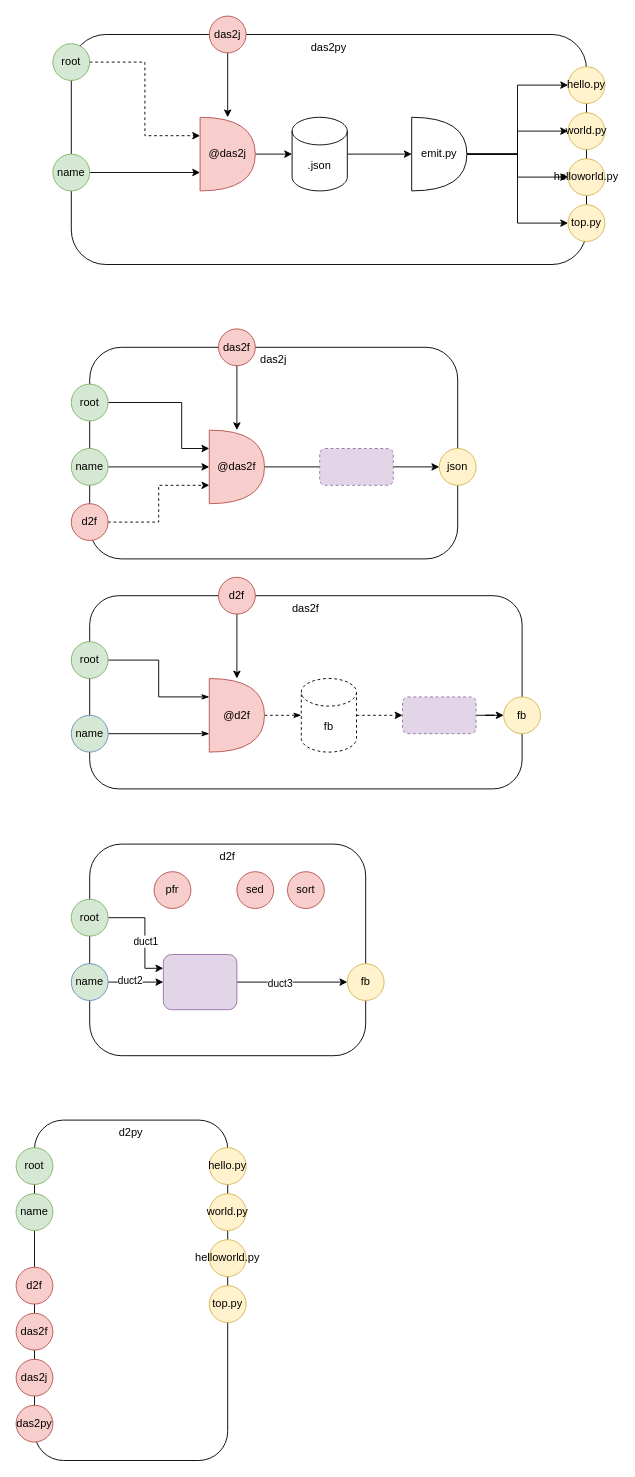
The draw.io diagram components.drawio in guitarvydas/d2py, before the edit. Source tidied: cells renumbered, new cells numbered last; positions are measured from the earlier drawing's top-left corner, leaving out a move shared by most shapes. Both pictures are drawn from the tidied source at 92%, with x=0, y=0 at pixel (16, 16).
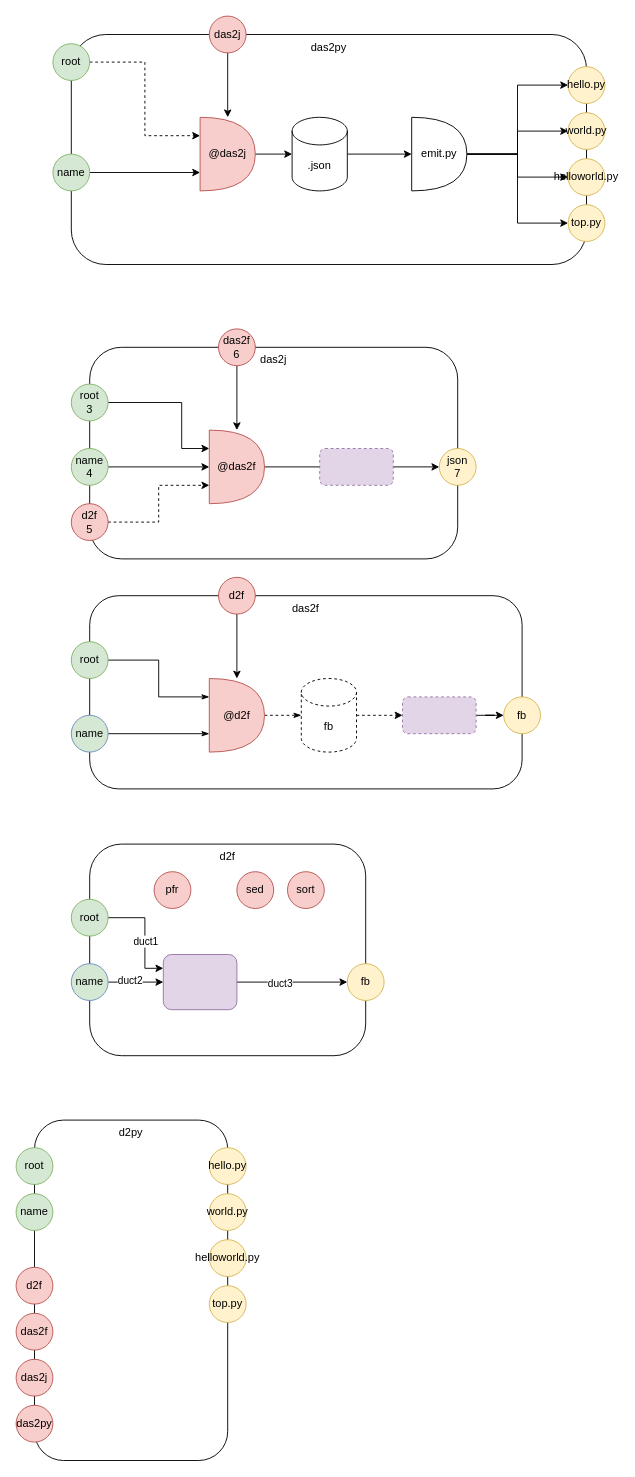
After the change.

Change to the diagram source:
```diff
@@
-    <mxCell id="18" value="name" style="ellipse;whiteSpace=wrap;html=1;fillColor=#d5e8d4;strokeColor=#82b366;" parent="1" vertex="1">
+    <mxCell id="18" value="name&lt;br&gt;4" style="ellipse;whiteSpace=wrap;html=1;fillColor=#d5e8d4;strokeColor=#82b366;" parent="1" vertex="1">
       <mxGeometry x="60" y="470" width="40" height="40" as="geometry" />
     </mxCell>
-    <mxCell id="19" value="json" style="ellipse;whiteSpace=wrap;html=1;fillColor=#fff2cc;strokeColor=#d6b656;" parent="1" vertex="1">
+    <mxCell id="19" value="json&lt;br&gt;7" style="ellipse;whiteSpace=wrap;html=1;fillColor=#fff2cc;strokeColor=#d6b656;" parent="1" vertex="1">
       <mxGeometry x="460" y="470" width="40" height="40" as="geometry" />
     </mxCell>
@@
-    <mxCell id="24" value="das2f" style="ellipse;whiteSpace=wrap;html=1;fillColor=#f8cecc;strokeColor=#b85450;" parent="1" vertex="1">
+    <mxCell id="24" value="das2f&lt;br&gt;6" style="ellipse;whiteSpace=wrap;html=1;fillColor=#f8cecc;strokeColor=#b85450;" parent="1" vertex="1">
       <mxGeometry x="220" y="340" width="40" height="40" as="geometry" />
     </mxCell>
@@
-    <mxCell id="63" value="root" style="ellipse;whiteSpace=wrap;html=1;fillColor=#d5e8d4;strokeColor=#82b366;" parent="1" vertex="1">
+    <mxCell id="63" value="root&lt;br&gt;3" style="ellipse;whiteSpace=wrap;html=1;fillColor=#d5e8d4;strokeColor=#82b366;" parent="1" vertex="1">
       <mxGeometry x="60" y="400" width="40" height="40" as="geometry" />
     </mxCell>
@@
-    <mxCell id="73" value="d2f" style="ellipse;whiteSpace=wrap;html=1;fillColor=#f8cecc;strokeColor=#b85450;" parent="1" vertex="1">
+    <mxCell id="73" value="d2f&lt;br&gt;5" style="ellipse;whiteSpace=wrap;html=1;fillColor=#f8cecc;strokeColor=#b85450;" parent="1" vertex="1">
       <mxGeometry x="60" y="530" width="40" height="40" as="geometry" />
     </mxCell>
```
